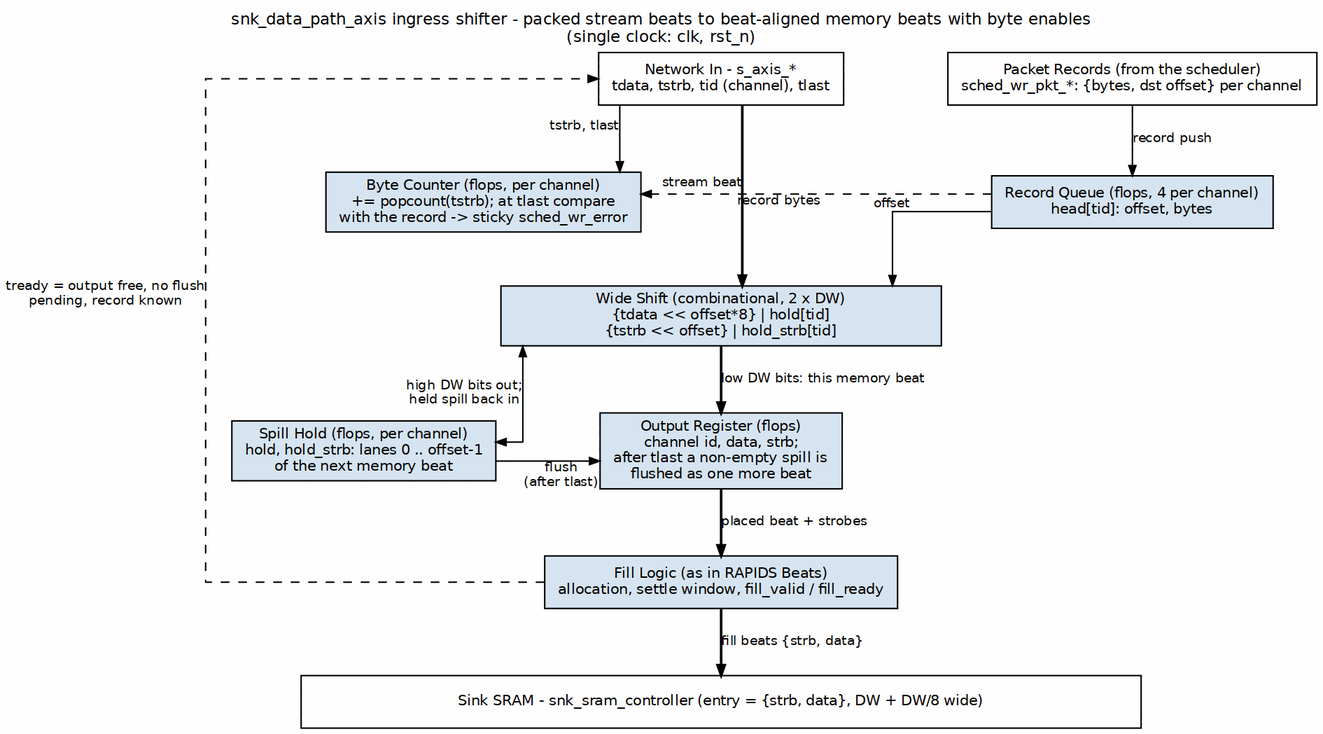
The Graphviz diagram projects/components/dma-ip/rapids/docs/rapids_mas/assets/graphviz/01_ingress_shifter.png in sean-galloway/RTLDesignSherpa, before a commit. Its source is kept beside it as projects/components/dma-ip/rapids/docs/rapids_mas/assets/graphviz/01_ingress_shifter.dot.
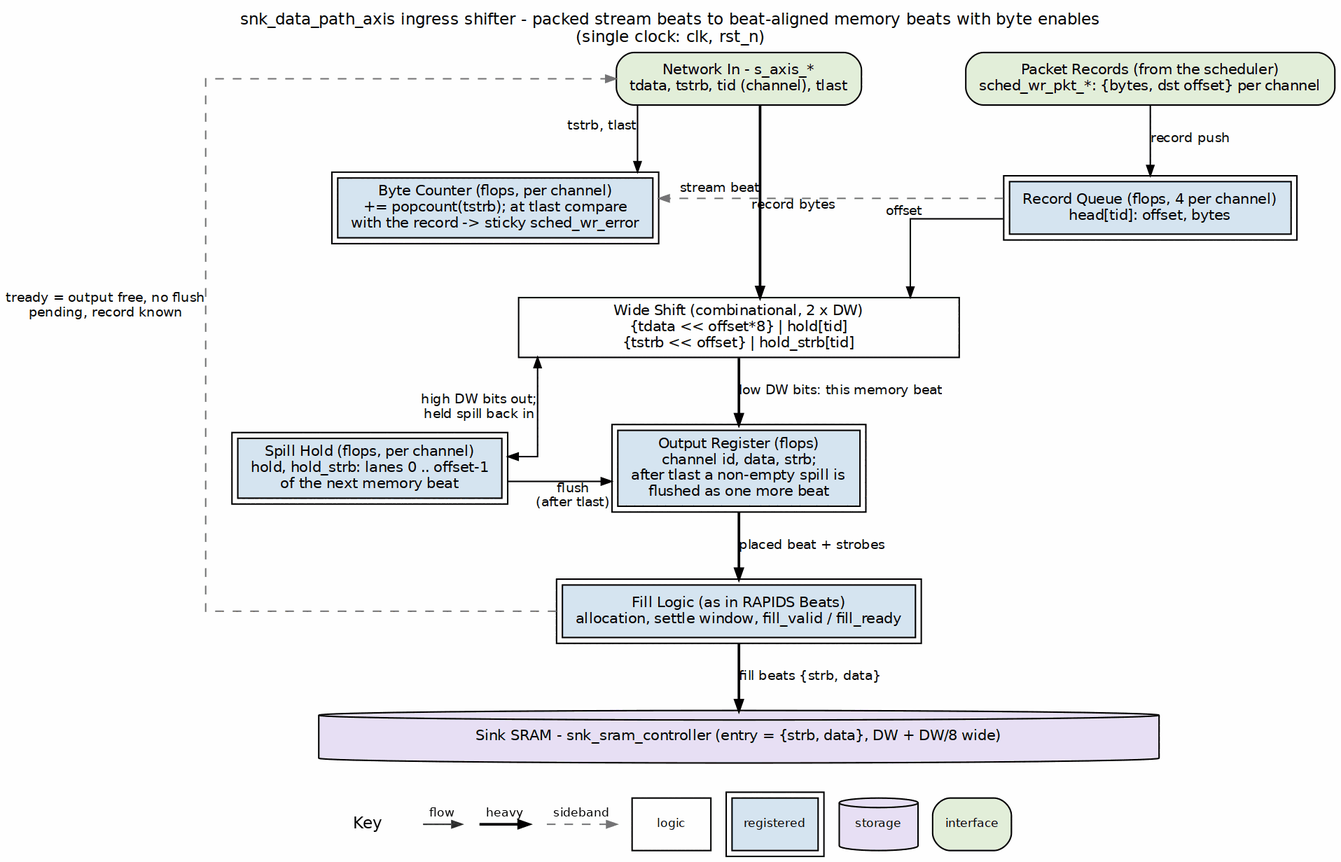
After the commit.

What changed in the source:
```diff
@@ -4,30 +4,30 @@
            label="snk_data_path_axis ingress shifter - packed stream beats to beat-aligned memory beats with byte enables\n(single clock: clk, rst_n)",
            labelloc=t, labeljust=c];
     node  [fontname="Helvetica", fontsize=10, shape=box, style=filled,
-           fillcolor="#D6E4F0", color="black", margin="0.12,0.06"];
+           fillcolor="white", color="black", margin="0.12,0.06"];
     edge  [fontname="Helvetica", fontsize=9, color="black", arrowsize=0.7];
 
-    axis  [label="Network In - s_axis_*\ntdata, tstrb, tid (channel), tlast", fillcolor="white", group=C];
-    rec   [label="Packet Records (from the scheduler)\nsched_wr_pkt_*: {bytes, dst offset} per channel", fillcolor="white", group=R];
-    pq    [label="Record Queue (flops, 4 per channel)\nhead[tid]: offset, bytes", group=R];
-    cnt   [label="Byte Counter (flops, per channel)\n+= popcount(tstrb); at tlast compare\nwith the record -> sticky sched_wr_error", group=L];
-    wide  [label="Wide Shift (combinational, 2 x DW)\n{tdata << offset*8} | hold[tid]\n{tstrb << offset} | hold_strb[tid]", width=4.2, group=C];
-    hold  [label="Spill Hold (flops, per channel)\nhold, hold_strb: lanes 0 .. offset-1\nof the next memory beat", group=R];
-    outr  [label="Output Register (flops)\nchannel id, data, strb;\nafter tlast a non-empty spill is\nflushed as one more beat", group=C];
-    fill  [label="Fill Logic (as in RAPIDS Beats)\nallocation, settle window, fill_valid / fill_ready", group=C];
-    bar   [label="Sink SRAM - snk_sram_controller (entry = {strb, data}, DW + DW/8 wide)", fillcolor="white", width=8.0, group=C];
+    axis  [label="Network In - s_axis_*\ntdata, tstrb, tid (channel), tlast", fillcolor="white", group=C, style="rounded,filled", fillcolor="#E2EFDA"];
+    rec   [label="Packet Records (from the scheduler)\nsched_wr_pkt_*: {bytes, dst offset} per channel", fillcolor="white", group=R, style="rounded,filled", fillcolor="#E2EFDA"];
+    pq    [label="Record Queue (flops, 4 per channel)\nhead[tid]: offset, bytes", group=R, peripheries=2, style="filled", fillcolor="#D6E4F0"];
+    cnt   [label="Byte Counter (flops, per channel)\n+= popcount(tstrb); at tlast compare\nwith the record -> sticky sched_wr_error", group=L, peripheries=2, style="filled", fillcolor="#D6E4F0"];
+    wide  [label="Wide Shift (combinational, 2 x DW)\n{tdata << offset*8} | hold[tid]\n{tstrb << offset} | hold_strb[tid]", width=4.2, group=C, style="filled", fillcolor="white"];
+    hold  [label="Spill Hold (flops, per channel)\nhold, hold_strb: lanes 0 .. offset-1\nof the next memory beat", group=R, peripheries=2, style="filled", fillcolor="#D6E4F0"];
+    outr  [label="Output Register (flops)\nchannel id, data, strb;\nafter tlast a non-empty spill is\nflushed as one more beat", group=C, peripheries=2, style="filled", fillcolor="#D6E4F0"];
+    fill  [label="Fill Logic (as in RAPIDS Beats)\nallocation, settle window, fill_valid / fill_ready", group=C, peripheries=2, style="filled", fillcolor="#D6E4F0"];
+    bar   [label="Sink SRAM - snk_sram_controller (entry = {strb, data}, DW + DW/8 wide)", fillcolor="white", width=8.0, group=C, shape=cylinder, style="filled", fillcolor="#E8DFF5"];
 
     rec  -> pq   [label="record push"];
     axis -> wide [xlabel="stream beat", penwidth=1.8];
     pq   -> wide [xlabel="offset"];
     axis -> cnt  [xlabel="tstrb, tlast"];
-    pq   -> cnt  [style=dashed, constraint=false, label="record bytes"];
+    pq   -> cnt  [style=dashed, color="#777777", constraint=false, label="record bytes"];
     wide -> hold [dir=both, xlabel="high DW bits out;\nheld spill back in"];
     wide -> outr [label="low DW bits: this memory beat", penwidth=1.8];
     hold -> outr [xlabel="flush\n(after tlast)"];
     outr -> fill [label="placed beat + strobes", penwidth=1.8];
     fill -> bar  [label="fill beats {strb, data}", penwidth=1.8];
-    fill -> axis [style=dashed, constraint=false, xlabel="tready = output free, no flush\npending, record known"];
+    fill -> axis [style=dashed, color="#777777", constraint=false, xlabel="tready = output free, no flush\npending, record known"];
 
     { rank=same; axis; rec; }
     axis -> rec [style=invis];
```
